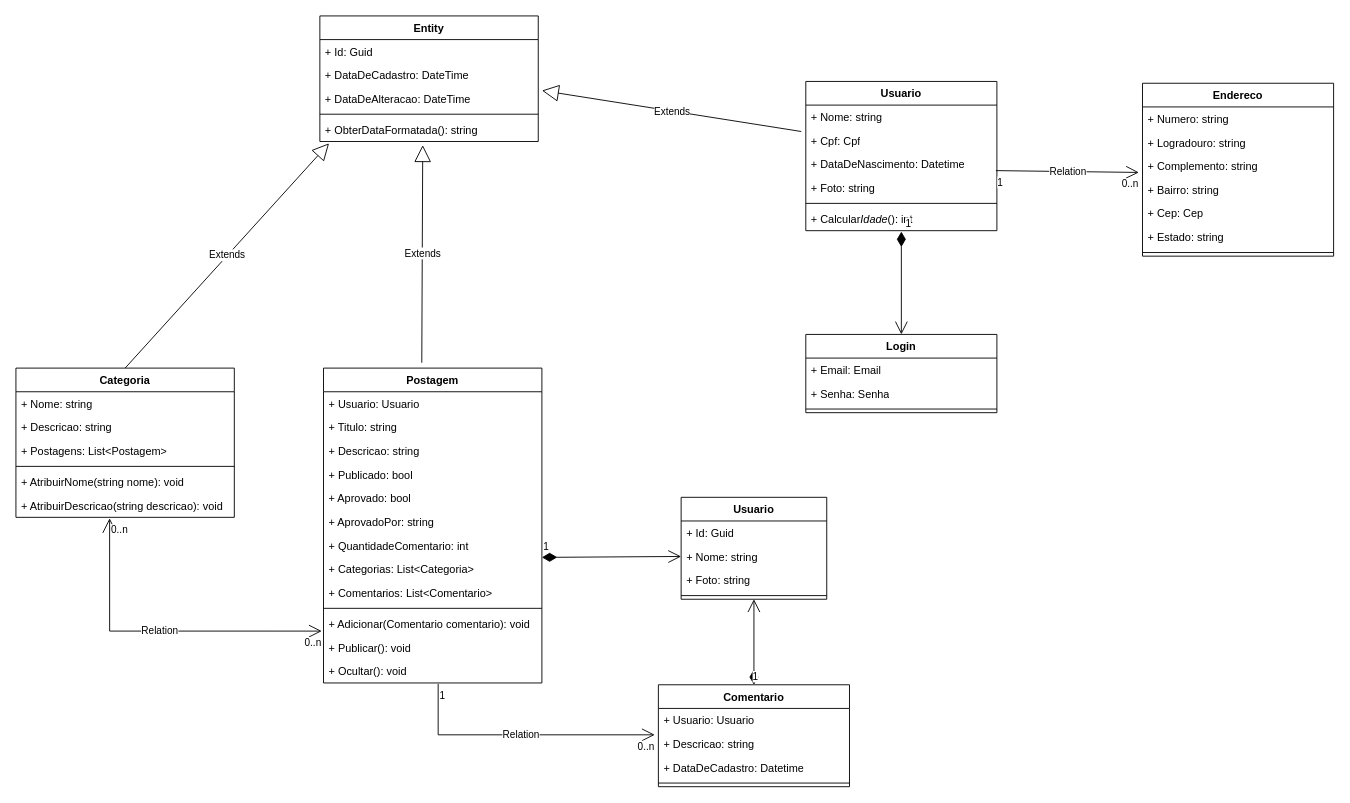
Above: docs/ForumStartDevs.drawio in AlexandreNasc12/forumstartdevs (draw.io), before the change. Source tidied: cells renumbered, new cells numbered last; positions are measured from the earlier drawing's top-left corner, leaving out a move shared by most shapes. Both pictures are drawn from the tidied source at 91%, with x=0, y=0 at pixel (15, 15).
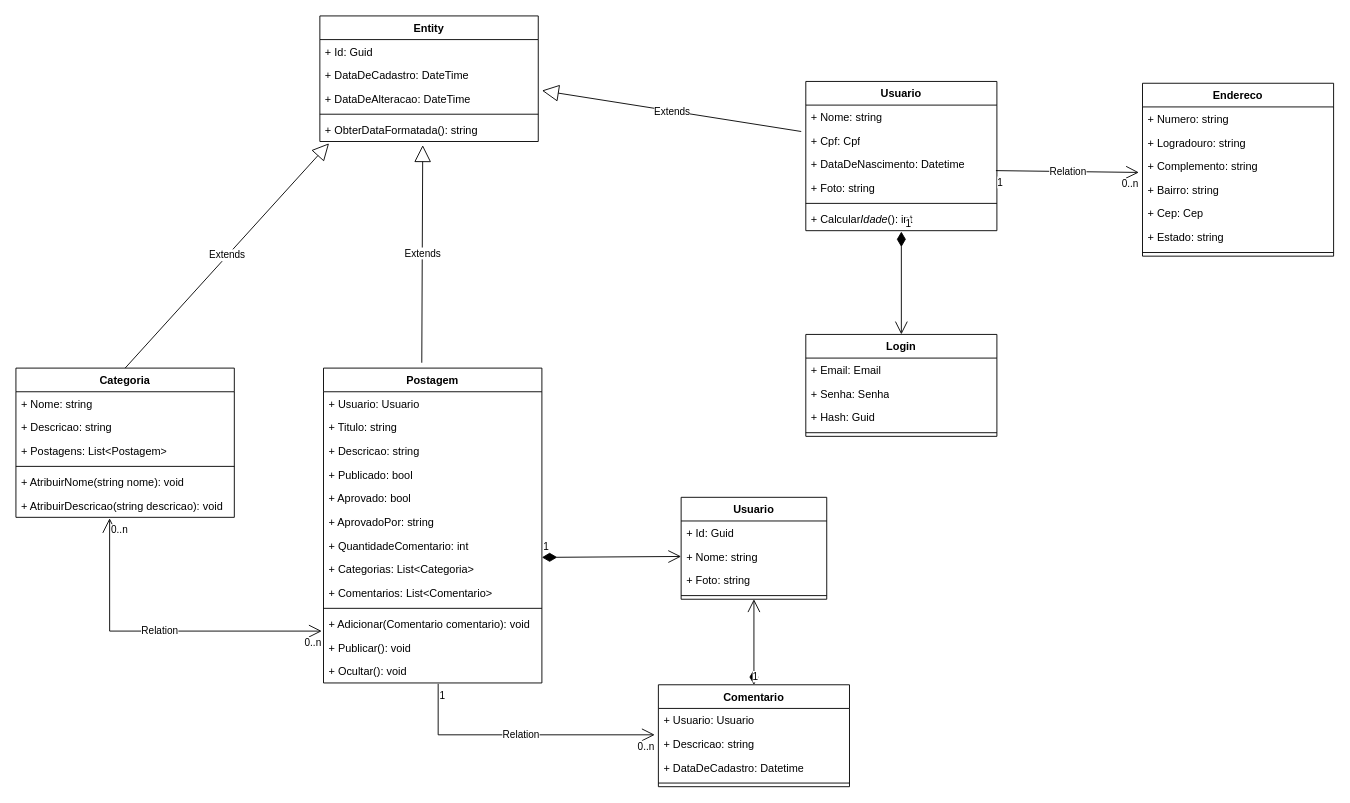
After the change.

Change to the diagram source:
```diff
@@
     <mxCell id="68" value="Login" style="swimlane;fontStyle=1;align=center;verticalAlign=top;horizontal=1;startSize=26;whiteSpace=wrap;html=1;" parent="1" vertex="1">
-      <mxGeometry x="868" y="350" width="210" height="86" as="geometry" />
+      <mxGeometry x="868" y="350" width="210" height="112" as="geometry" />
     </mxCell>
@@
+    <mxCell id="73" value="+ Hash: Guid" style="text;strokeColor=none;fillColor=none;align=left;verticalAlign=top;spacingLeft=4;spacingRight=4;overflow=hidden;whiteSpace=wrap;html=1;" parent="68" vertex="1">
+      <mxGeometry y="78" width="210" height="26" as="geometry" />
+    </mxCell>
     <mxCell id="71" style="line;strokeWidth=1;fillColor=none;align=left;verticalAlign=middle;spacingTop=-1;spacingLeft=3;spacingRight=3;labelPosition=right;strokeColor=inherit;" parent="68" vertex="1">
-      <mxGeometry y="78" width="210" height="8" as="geometry" />
+      <mxGeometry y="104" width="210" height="8" as="geometry" />
     </mxCell>
```
